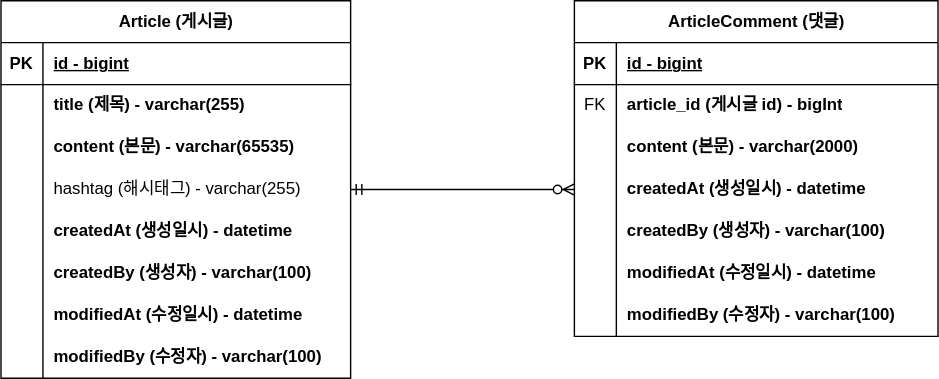
Before: document/project-board-erd.svg, a diagram exported from draw.io (hissue/BoardHere). Source tidied: cells renumbered, new cells last; positions are measured from the earlier drawing's top-left corner, leaving out a move shared by most shapes.
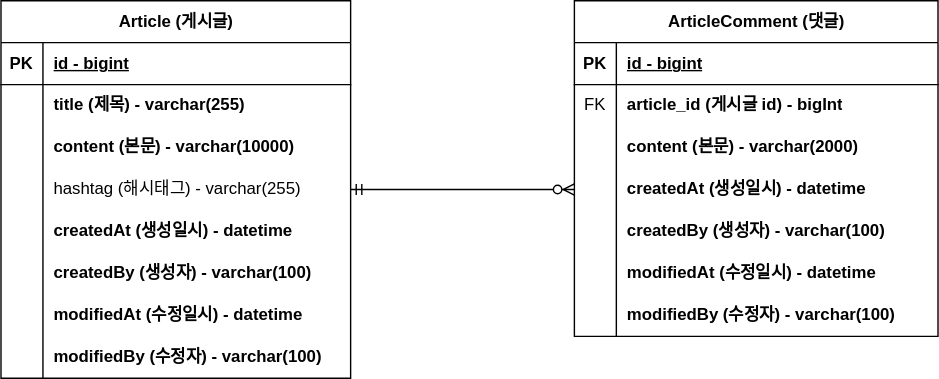
The same diagram one commit later.

Commit message:
#9 - erd 업데이트: content 사이즈 변경

Change to the diagram source:
```diff
@@ -29,7 +29,7 @@
     <mxCell id="10" style="shape=partialRectangle;fillColor=none;top=0;left=0;bottom=0;right=0;overflow=hidden;whiteSpace=wrap;html=1;" parent="9" vertex="1">
       <mxGeometry width="30" height="30" as="geometry" />
     </mxCell>
-    <mxCell id="11" value="content (본문) - varchar(65535)" style="shape=partialRectangle;fillColor=none;top=0;left=0;bottom=0;right=0;align=left;spacingLeft=6;overflow=hidden;whiteSpace=wrap;html=1;fontStyle=1;" parent="9" vertex="1">
+    <mxCell id="11" value="content (본문) - varchar(10000)" style="shape=partialRectangle;fillColor=none;top=0;left=0;bottom=0;right=0;align=left;spacingLeft=6;overflow=hidden;whiteSpace=wrap;html=1;fontStyle=1;" parent="9" vertex="1">
       <mxGeometry x="30" width="220" height="30" as="geometry" />
     </mxCell>
     <mxCell id="12" style="shape=tableRow;horizontal=0;startSize=0;swimlaneHead=0;swimlaneBody=0;fillColor=none;points=[[0,0.5],[1,0.5]];portConstraint=eastwest;top=0;left=0;right=0;bottom=0;" parent="2" vertex="1">
```
